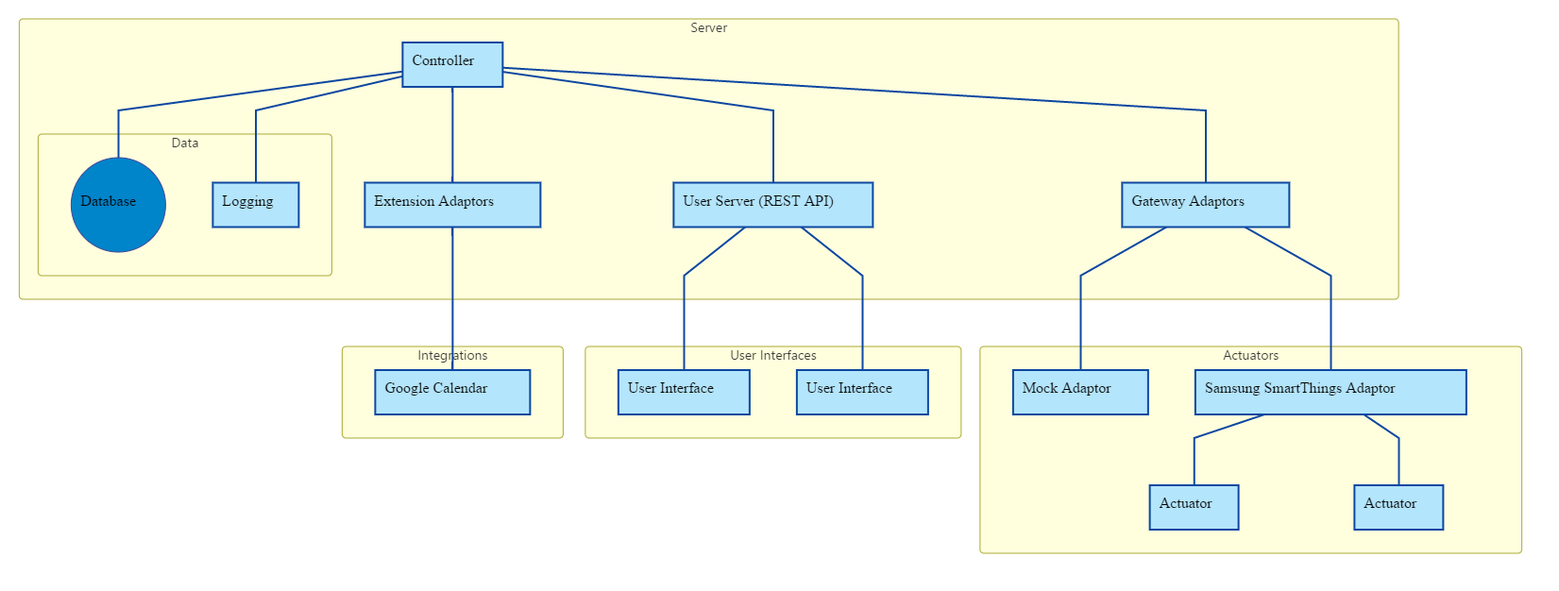
Above: arch.mermaid.png in j-da/qbranch-res (Mermaid), before the change. Its source is kept beside it as arch.mermaid.
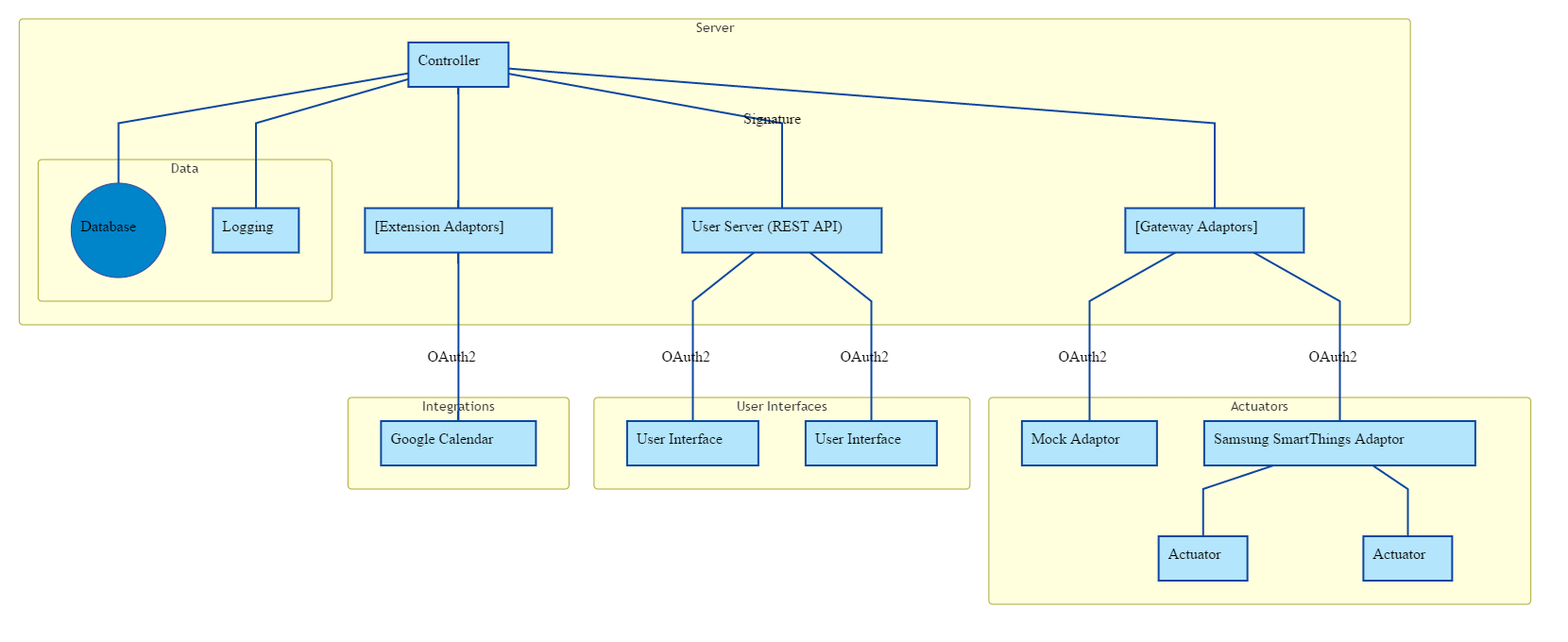
After the change.

Commit message:
Updates arch with security

The edit, as a diff of the source:
```diff
@@ -2,13 +2,13 @@
   subgraph Server
     c[Controller]
 
-    ga[Gateway Adaptors]
+    ga["[Gateway Adaptors]"]
     c---ga
 
     api["User Server (REST API)"]
-    c---api
+    c--Signature---api
 
-    xm[Extension Adaptors]
+    xm["[Extension Adaptors]"]
     c---xm
 
     subgraph Data
@@ -22,8 +22,8 @@
   subgraph Actuators
     gm[Mock Adaptor]
     gs[Samsung SmartThings Adaptor]
-    ga---gm
-    ga---gs
+    ga--OAuth2---gm
+    ga--OAuth2---gs
 
     a0[Actuator]
     a1[Actuator]
@@ -34,11 +34,11 @@
   subgraph User Interfaces
     ui0[User Interface]
     ui1[User Interface]
-    api---ui0
-    api---ui1
+    api--OAuth2---ui0
+    api--OAuth2---ui1
   end
 
   subgraph Integrations
     xg[Google Calendar]
-    xm---xg
+    xm--OAuth2---xg
   end
```
